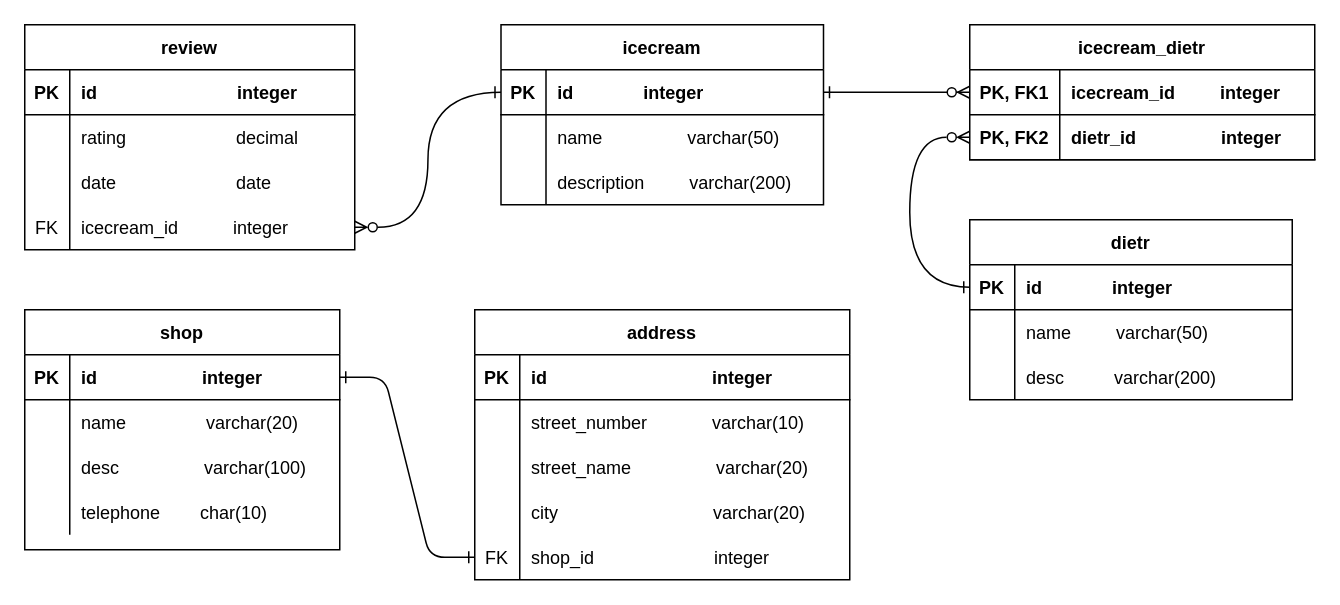
This is media/diagram.drawio from lmponcio/PostgreSQL-db-gelato, a draw.io file, before an edit. Source tidied: cells renumbered, new cells numbered last; positions are measured from the earlier drawing's top-left corner, leaving out a move shared by most shapes. Both pictures are drawn from the tidied source at 150%, with x=0, y=0 at pixel (24, 24).
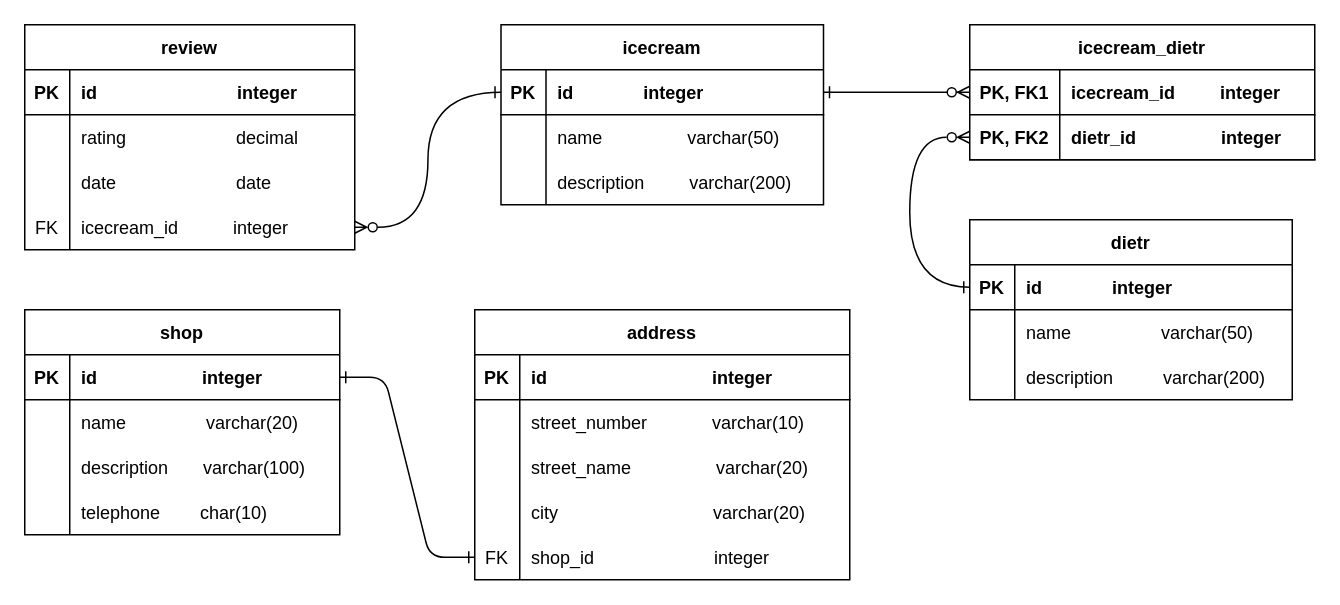
Above is the later version.

The change refers to these unchanged cells:
```xml
<mxCell id="18" style="shape=partialRectangle;fillColor=none;top=0;left=0;right=0;bottom=0;" parent="11" vertex="1">
  <mxGeometry y="90" width="210" height="30" as="geometry" />
</mxCell>
<mxCell id="38" style="shape=partialRectangle;fillColor=none;top=0;left=0;right=0;bottom=0;" parent="34" vertex="1">
  <mxGeometry y="60" width="215" height="30" as="geometry" />
</mxCell>
<mxCell id="41" style="shape=partialRectangle;fillColor=none;top=0;left=0;right=0;bottom=0;" parent="34" vertex="1">
  <mxGeometry y="90" width="215" height="30" as="geometry" />
</mxCell>
```

Diff of the diagram source:
```diff
@@
     <mxCell id="11" value="shop" style="shape=table;startSize=30;childLayout=tableLayout;rowLines=0;fontStyle=1;align=center;" parent="1" vertex="1">
-      <mxGeometry y="190" width="210" height="160" as="geometry" />
+      <mxGeometry y="190" width="210" height="150" as="geometry" />
     </mxCell>
@@
-    <mxCell id="20" value="desc                 varchar(100)" style="shape=partialRectangle;overflow=hidden;fillColor=none;top=0;left=0;bottom=0;right=0;align=left;spacingLeft=6;" parent="18" vertex="1">
+    <mxCell id="20" value="description       varchar(100)" style="shape=partialRectangle;overflow=hidden;fillColor=none;top=0;left=0;bottom=0;right=0;align=left;spacingLeft=6;" parent="18" vertex="1">
       <mxGeometry x="30" width="180" height="30" as="geometry" />
     </mxCell>
@@
-    <mxCell id="40" value="name         varchar(50)" style="shape=partialRectangle;overflow=hidden;fillColor=none;top=0;left=0;bottom=0;right=0;align=left;spacingLeft=6;" parent="38" vertex="1">
+    <mxCell id="40" value="name                  varchar(50)" style="shape=partialRectangle;overflow=hidden;fillColor=none;top=0;left=0;bottom=0;right=0;align=left;spacingLeft=6;" parent="38" vertex="1">
       <mxGeometry x="30" width="185" height="30" as="geometry" />
     </mxCell>
@@
-    <mxCell id="43" value="desc          varchar(200)" style="shape=partialRectangle;overflow=hidden;fillColor=none;top=0;left=0;bottom=0;right=0;align=left;spacingLeft=6;" parent="41" vertex="1">
+    <mxCell id="43" value="description          varchar(200)" style="shape=partialRectangle;overflow=hidden;fillColor=none;top=0;left=0;bottom=0;right=0;align=left;spacingLeft=6;" parent="41" vertex="1">
       <mxGeometry x="30" width="185" height="30" as="geometry" />
     </mxCell>
```
